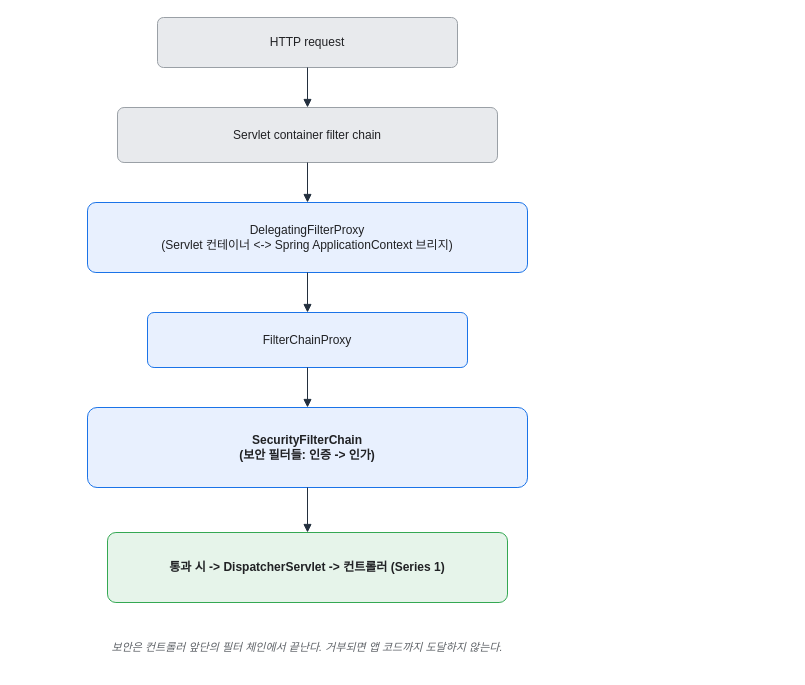
This is assets/img/spring/spring-23-security-filter-chain.drawio from KKamJi98/kkamji98.github.io, a draw.io file, before an edit. Source tidied: cells renumbered, new cells numbered last; positions are measured from the earlier drawing's top-left corner, leaving out a move shared by most shapes. Both pictures are drawn from the tidied source at 100%, with x=0, y=0 at pixel (17, 17).
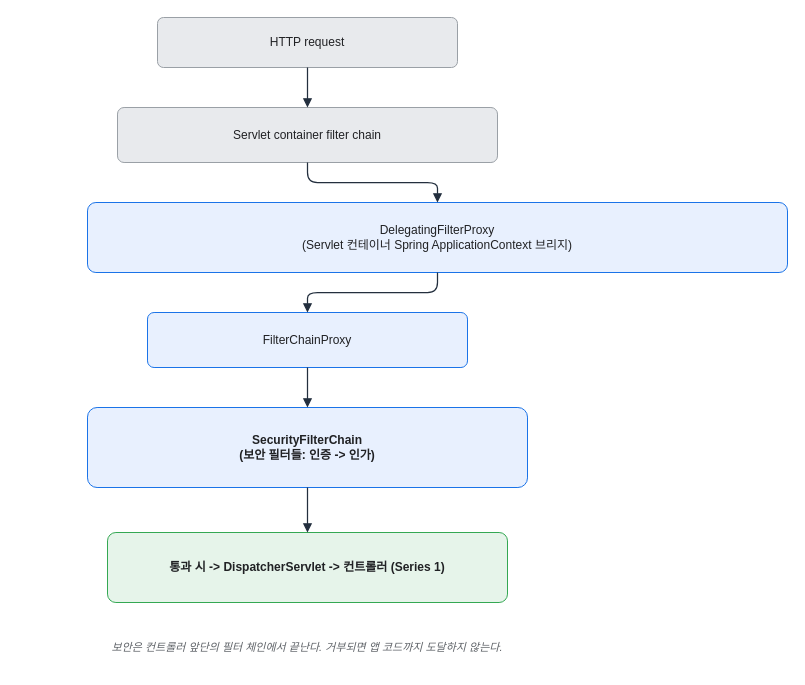
Above is the later version.

The edit, as a diff of the source:
```diff
@@
 <mxGraphModel background="#FFFFFF">
   <root>
     <mxCell id="0" />
     <mxCell id="1" parent="0" />
-    <mxCell id="2" value="HTTP request" style="rounded=1;whiteSpace=wrap;html=1;arcSize=12;shadow=0;fillColor=#E8EAED;strokeColor=#9AA0A6;fontColor=#202124;" parent="1" vertex="1">
+    <mxCell id="2" value="HTTP request" style="rounded=1;whiteSpace=wrap;html=0;arcSize=12;shadow=0;fillColor=#E8EAED;strokeColor=#9AA0A6;fontColor=#202124;" parent="1" vertex="1">
       <mxGeometry x="140" width="300" height="50" as="geometry" />
     </mxCell>
-    <mxCell id="3" value="Servlet container filter chain" style="rounded=1;whiteSpace=wrap;html=1;arcSize=12;shadow=0;fillColor=#E8EAED;strokeColor=#9AA0A6;fontColor=#202124;" parent="1" vertex="1">
+    <mxCell id="3" value="Servlet container filter chain" style="rounded=1;whiteSpace=wrap;html=0;arcSize=12;shadow=0;fillColor=#E8EAED;strokeColor=#9AA0A6;fontColor=#202124;" parent="1" vertex="1">
       <mxGeometry x="100" y="90" width="380" height="55" as="geometry" />
     </mxCell>
-    <mxCell id="4" value="DelegatingFilterProxy&#10;(Servlet 컨테이너 &lt;-&gt; Spring ApplicationContext 브리지)" style="rounded=1;whiteSpace=wrap;html=1;arcSize=12;shadow=0;fillColor=#E8F0FE;strokeColor=#1A73E8;fontColor=#202124;" parent="1" vertex="1">
-      <mxGeometry x="70" y="185" width="440" height="70" as="geometry" />
+    <mxCell id="4" value="DelegatingFilterProxy&#10;(Servlet 컨테이너  Spring ApplicationContext 브리지)" style="rounded=1;whiteSpace=wrap;html=0;arcSize=12;shadow=0;fillColor=#E8F0FE;strokeColor=#1A73E8;fontColor=#202124;" parent="1" vertex="1">
+      <mxGeometry x="70" y="185" width="700" height="70" as="geometry" />
     </mxCell>
-    <mxCell id="5" value="FilterChainProxy" style="rounded=1;whiteSpace=wrap;html=1;arcSize=12;shadow=0;fillColor=#E8F0FE;strokeColor=#1A73E8;fontColor=#202124;" parent="1" vertex="1">
+    <mxCell id="5" value="FilterChainProxy" style="rounded=1;whiteSpace=wrap;html=0;arcSize=12;shadow=0;fillColor=#E8F0FE;strokeColor=#1A73E8;fontColor=#202124;" parent="1" vertex="1">
       <mxGeometry x="130" y="295" width="320" height="55" as="geometry" />
     </mxCell>
-    <mxCell id="6" value="SecurityFilterChain&#10;(보안 필터들: 인증 -&gt; 인가)" style="rounded=1;whiteSpace=wrap;html=1;arcSize=12;shadow=0;fillColor=#E8F0FE;strokeColor=#1A73E8;fontColor=#202124;fontStyle=1;" parent="1" vertex="1">
+    <mxCell id="6" value="SecurityFilterChain&#10;(보안 필터들: 인증 -&gt; 인가)" style="rounded=1;whiteSpace=wrap;html=0;arcSize=12;shadow=0;fillColor=#E8F0FE;strokeColor=#1A73E8;fontColor=#202124;fontStyle=1;" parent="1" vertex="1">
       <mxGeometry x="70" y="390" width="440" height="80" as="geometry" />
     </mxCell>
-    <mxCell id="7" value="통과 시 -&gt; DispatcherServlet -&gt; 컨트롤러 (Series 1)" style="rounded=1;whiteSpace=wrap;html=1;arcSize=12;shadow=0;fillColor=#E6F4EA;strokeColor=#34A853;fontColor=#202124;fontStyle=1;" parent="1" vertex="1">
+    <mxCell id="7" value="통과 시 -&gt; DispatcherServlet -&gt; 컨트롤러 (Series 1)" style="rounded=1;whiteSpace=wrap;html=0;arcSize=12;shadow=0;fillColor=#E6F4EA;strokeColor=#34A853;fontColor=#202124;fontStyle=1;" parent="1" vertex="1">
       <mxGeometry x="90" y="515" width="400" height="70" as="geometry" />
     </mxCell>
-    <mxCell id="8" style="edgeStyle=orthogonalEdgeStyle;rounded=1;html=1;endArrow=block;strokeColor=#232F3E;" parent="1" edge="1" source="2" target="3">
+    <mxCell id="8" style="edgeStyle=orthogonalEdgeStyle;rounded=1;html=0;endArrow=block;strokeColor=#232F3E;strokeWidth=1.25;" parent="1" edge="1" source="2" target="3">
       <mxGeometry relative="1" as="geometry" />
     </mxCell>
-    <mxCell id="9" style="edgeStyle=orthogonalEdgeStyle;rounded=1;html=1;endArrow=block;strokeColor=#232F3E;" parent="1" edge="1" source="3" target="4">
+    <mxCell id="9" style="edgeStyle=orthogonalEdgeStyle;rounded=1;html=0;endArrow=block;strokeColor=#232F3E;strokeWidth=1.25;" parent="1" edge="1" source="3" target="4">
       <mxGeometry relative="1" as="geometry" />
     </mxCell>
-    <mxCell id="10" style="edgeStyle=orthogonalEdgeStyle;rounded=1;html=1;endArrow=block;strokeColor=#232F3E;" parent="1" edge="1" source="4" target="5">
+    <mxCell id="10" style="edgeStyle=orthogonalEdgeStyle;rounded=1;html=0;endArrow=block;strokeColor=#232F3E;strokeWidth=1.25;" parent="1" edge="1" source="4" target="5">
       <mxGeometry relative="1" as="geometry" />
     </mxCell>
-    <mxCell id="11" style="edgeStyle=orthogonalEdgeStyle;rounded=1;html=1;endArrow=block;strokeColor=#232F3E;" parent="1" edge="1" source="5" target="6">
+    <mxCell id="11" style="edgeStyle=orthogonalEdgeStyle;rounded=1;html=0;endArrow=block;strokeColor=#232F3E;strokeWidth=1.25;" parent="1" edge="1" source="5" target="6">
       <mxGeometry relative="1" as="geometry" />
     </mxCell>
-    <mxCell id="12" style="edgeStyle=orthogonalEdgeStyle;rounded=1;html=1;endArrow=block;strokeColor=#232F3E;" parent="1" edge="1" source="6" target="7">
+    <mxCell id="12" style="edgeStyle=orthogonalEdgeStyle;rounded=1;html=0;endArrow=block;strokeColor=#232F3E;strokeWidth=1.25;" parent="1" edge="1" source="6" target="7">
       <mxGeometry relative="1" as="geometry" />
     </mxCell>
-    <mxCell id="13" value="보안은 컨트롤러 앞단의 필터 체인에서 끝난다. 거부되면 앱 코드까지 도달하지 않는다." style="text;html=1;align=center;verticalAlign=middle;whiteSpace=wrap;fontSize=11;fontColor=#5F6368;fontStyle=2;" parent="1" vertex="1">
+    <mxCell id="13" value="보안은 컨트롤러 앞단의 필터 체인에서 끝난다. 거부되면 앱 코드까지 도달하지 않는다." style="text;html=0;align=center;verticalAlign=middle;whiteSpace=wrap;fontSize=11;fontColor=#5F6368;fontStyle=2;" parent="1" vertex="1">
       <mxGeometry y="610" width="580" height="40" as="geometry" />
     </mxCell>
   </root>
 </mxGraphModel>
```
